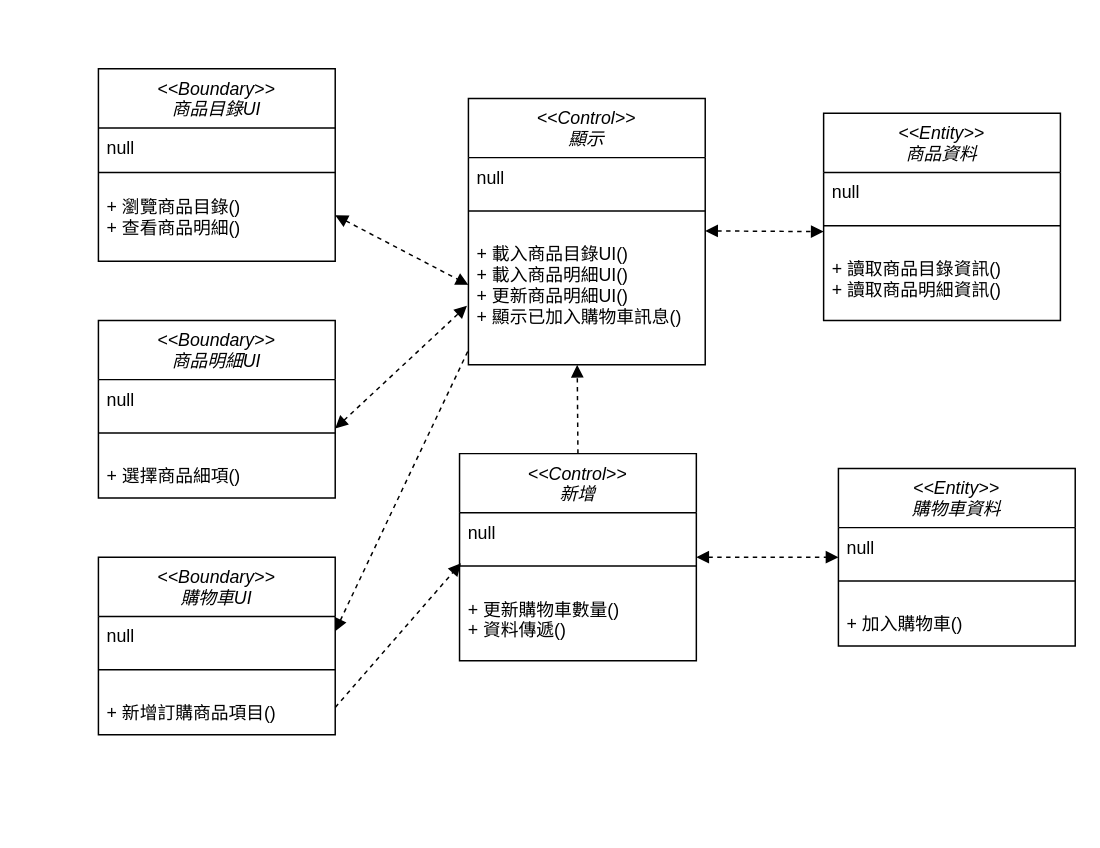
Above: 商品訂購類別圖0515.drawio in odcs0320/blog (draw.io), before the change. Source tidied: cells renumbered, new cells numbered last; positions are measured from the earlier drawing's top-left corner, leaving out a move shared by most shapes. Both pictures are drawn from the tidied source at 148%, with x=0, y=0 at pixel (98, 68).
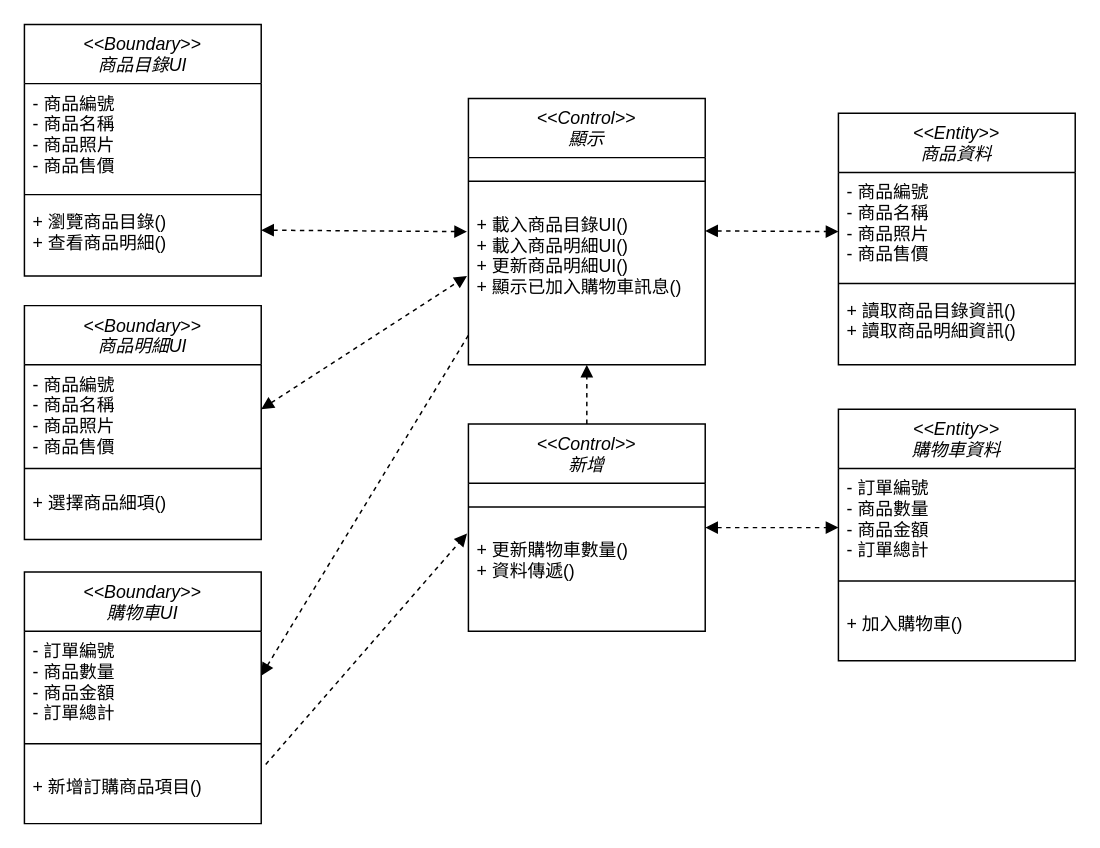
Above is the later version.

Commit message:
更新商品訂購類別圖0515.drawio

Unchanged cells that the change refers to:
```xml
<mxCell id="14" value="&lt;&lt;Control&gt;&gt;&#10;顯示" style="swimlane;fontStyle=2;align=center;verticalAlign=top;horizontal=1;startSize=40;rounded=0;shadow=0;strokeWidth=1;" parent="1" vertex="1">
  <mxGeometry x="250" y="20" width="160" height="180" as="geometry" />
</mxCell>
```

What changed in the source:
```diff
@@
     <mxCell id="2" value="&lt;&lt;Boundary&gt;&gt;&#10;商品目錄UI" style="swimlane;fontStyle=2;align=center;verticalAlign=top;horizontal=1;startSize=40;rounded=0;shadow=0;strokeWidth=1;" parent="1" vertex="1">
-      <mxGeometry width="160" height="130" as="geometry" />
+      <mxGeometry x="-50" y="-30" width="160" height="170" as="geometry" />
     </mxCell>
-    <mxCell id="3" value="null" style="text;align=left;verticalAlign=top;spacingLeft=4;spacingRight=4;overflow=hidden;rounded=0;shadow=0;html=0;" parent="2" vertex="1">
-      <mxGeometry y="40" width="160" height="20" as="geometry" />
+    <mxCell id="3" value="- 商品編號&#10;- 商品名稱&#10;- 商品照片&#10;- 商品售價" style="text;align=left;verticalAlign=top;spacingLeft=4;spacingRight=4;overflow=hidden;rounded=0;shadow=0;html=0;" parent="2" vertex="1">
+      <mxGeometry y="40" width="160" height="70" as="geometry" />
     </mxCell>
     <mxCell id="4" style="line;html=1;strokeWidth=1;align=left;verticalAlign=middle;spacingTop=-1;spacingLeft=3;spacingRight=3;labelPosition=right;" parent="2" vertex="1">
-      <mxGeometry y="60" width="160" height="20" as="geometry" />
+      <mxGeometry y="110" width="160" height="10" as="geometry" />
     </mxCell>
     <mxCell id="5" value="+ 瀏覽商品目錄()&#10;+ 查看商品明細()&#10;" style="text;align=left;verticalAlign=top;spacingLeft=4;spacingRight=4;overflow=hidden;points=[[0,0.5],[1,0.5]];portConstraint=eastwest;rounded=0;shadow=0;html=0;" parent="2" vertex="1">
-      <mxGeometry y="80" width="160" height="38" as="geometry" />
+      <mxGeometry y="120" width="160" height="38" as="geometry" />
     </mxCell>
     <mxCell id="6" value="&lt;&lt;Boundary&gt;&gt;&#10;商品明細UI" style="swimlane;fontStyle=2;align=center;verticalAlign=top;horizontal=1;startSize=40;rounded=0;shadow=0;strokeWidth=1;" parent="1" vertex="1">
-      <mxGeometry y="170" width="160" height="120" as="geometry" />
+      <mxGeometry x="-50" y="160" width="160" height="158" as="geometry" />
     </mxCell>
-    <mxCell id="7" value="null" style="text;align=left;verticalAlign=top;spacingLeft=4;spacingRight=4;overflow=hidden;points=[[0,0.5],[1,0.5]];portConstraint=eastwest;rounded=0;shadow=0;html=0;" parent="6" vertex="1">
-      <mxGeometry y="40" width="160" height="20" as="geometry" />
+    <mxCell id="7" value="- 商品編號&#10;- 商品名稱&#10;- 商品照片&#10;- 商品售價" style="text;align=left;verticalAlign=top;spacingLeft=4;spacingRight=4;overflow=hidden;points=[[0,0.5],[1,0.5]];portConstraint=eastwest;rounded=0;shadow=0;html=0;" parent="6" vertex="1">
+      <mxGeometry y="40" width="160" height="60" as="geometry" />
     </mxCell>
     <mxCell id="8" style="line;html=1;strokeWidth=1;align=left;verticalAlign=middle;spacingTop=-1;spacingLeft=3;spacingRight=3;labelPosition=right;" parent="6" vertex="1">
-      <mxGeometry y="60" width="160" height="32" as="geometry" />
+      <mxGeometry y="100" width="160" height="20" as="geometry" />
     </mxCell>
     <mxCell id="9" value="+ 選擇商品細項()" style="text;align=left;verticalAlign=top;spacingLeft=4;spacingRight=4;overflow=hidden;rounded=0;shadow=0;html=0;" parent="6" vertex="1">
-      <mxGeometry y="92" width="160" height="28" as="geometry" />
+      <mxGeometry y="120" width="160" height="38" as="geometry" />
     </mxCell>
     <mxCell id="10" value="&lt;&lt;Boundary&gt;&gt;&#10;購物車UI" style="swimlane;fontStyle=2;align=center;verticalAlign=top;horizontal=1;startSize=40;rounded=0;shadow=0;strokeWidth=1;" parent="1" vertex="1">
-      <mxGeometry y="330" width="160" height="120" as="geometry" />
+      <mxGeometry x="-50" y="340" width="160" height="170" as="geometry" />
     </mxCell>
-    <mxCell id="11" value="null" style="text;align=left;verticalAlign=top;spacingLeft=4;spacingRight=4;overflow=hidden;points=[[0,0.5],[1,0.5]];portConstraint=eastwest;rounded=0;shadow=0;html=0;" parent="10" vertex="1">
-      <mxGeometry y="40" width="160" height="20" as="geometry" />
+    <mxCell id="11" value="- 訂單編號&#10;- 商品數量&#10;- 商品金額&#10;- 訂單總計" style="text;align=left;verticalAlign=top;spacingLeft=4;spacingRight=4;overflow=hidden;points=[[0,0.5],[1,0.5]];portConstraint=eastwest;rounded=0;shadow=0;html=0;" parent="10" vertex="1">
+      <mxGeometry y="40" width="160" height="60" as="geometry" />
     </mxCell>
     <mxCell id="12" style="line;html=1;strokeWidth=1;align=left;verticalAlign=middle;spacingTop=-1;spacingLeft=3;spacingRight=3;labelPosition=right;" parent="10" vertex="1">
-      <mxGeometry y="60" width="160" height="32" as="geometry" />
+      <mxGeometry y="100" width="160" height="32" as="geometry" />
     </mxCell>
     <mxCell id="13" value="+ 新增訂購商品項目()" style="text;align=left;verticalAlign=top;spacingLeft=4;spacingRight=4;overflow=hidden;points=[[0,0.5],[1,0.5]];portConstraint=eastwest;rounded=0;shadow=0;html=0;" parent="10" vertex="1">
-      <mxGeometry y="92" width="160" height="28" as="geometry" />
+      <mxGeometry y="132" width="160" height="28" as="geometry" />
     </mxCell>
@@
-    <mxCell id="15" value="null" style="text;align=left;verticalAlign=top;spacingLeft=4;spacingRight=4;overflow=hidden;rounded=0;shadow=0;html=0;" parent="14" vertex="1">
-      <mxGeometry y="40" width="160" height="20" as="geometry" />
-    </mxCell>
     <mxCell id="16" style="line;html=1;strokeWidth=1;align=left;verticalAlign=middle;spacingTop=-1;spacingLeft=3;spacingRight=3;labelPosition=right;" parent="14" vertex="1">
-      <mxGeometry y="60" width="160" height="32" as="geometry" />
+      <mxGeometry y="40" width="160" height="32" as="geometry" />
     </mxCell>
     <mxCell id="17" value="+ 載入商品目錄UI()&#10;+ 載入商品明細UI()&#10;+ 更新商品明細UI()&#10;+ 顯示已加入購物車訊息()" style="text;align=left;verticalAlign=top;spacingLeft=4;spacingRight=4;overflow=hidden;points=[[0,0.5],[1,0.5]];portConstraint=eastwest;rounded=0;shadow=0;html=0;" parent="14" vertex="1">
-      <mxGeometry y="92" width="160" height="68" as="geometry" />
+      <mxGeometry y="72" width="160" height="68" as="geometry" />
     </mxCell>
     <mxCell id="18" value="&lt;&lt;Control&gt;&gt;&#10;新增" style="swimlane;fontStyle=2;align=center;verticalAlign=top;horizontal=1;startSize=40;rounded=0;shadow=0;strokeWidth=1;" parent="1" vertex="1">
-      <mxGeometry x="244" y="260" width="160" height="140" as="geometry" />
+      <mxGeometry x="250" y="240" width="160" height="140" as="geometry" />
     </mxCell>
-    <mxCell id="19" value="null" style="text;align=left;verticalAlign=top;spacingLeft=4;spacingRight=4;overflow=hidden;rounded=0;shadow=0;html=0;" parent="18" vertex="1">
-      <mxGeometry y="40" width="160" height="20" as="geometry" />
-    </mxCell>
     <mxCell id="20" style="line;html=1;strokeWidth=1;align=left;verticalAlign=middle;spacingTop=-1;spacingLeft=3;spacingRight=3;labelPosition=right;points=[];portConstraint=eastwest;" parent="18" vertex="1">
-      <mxGeometry y="60" width="160" height="32" as="geometry" />
+      <mxGeometry y="40" width="160" height="32" as="geometry" />
     </mxCell>
     <mxCell id="21" value="+ 更新購物車數量()&#10;+ 資料傳遞()" style="text;align=left;verticalAlign=top;spacingLeft=4;spacingRight=4;overflow=hidden;points=[[0,0.5],[1,0.5]];portConstraint=eastwest;rounded=0;shadow=0;html=0;" parent="18" vertex="1">
-      <mxGeometry y="92" width="160" height="48" as="geometry" />
+      <mxGeometry y="72" width="160" height="48" as="geometry" />
     </mxCell>
     <mxCell id="22" value="&lt;&lt;Entity&gt;&gt;&#10;商品資料" style="swimlane;fontStyle=2;align=center;verticalAlign=top;horizontal=1;startSize=40;rounded=0;shadow=0;strokeWidth=1;" parent="1" vertex="1">
-      <mxGeometry x="490" y="30" width="160" height="140" as="geometry" />
+      <mxGeometry x="500" y="30" width="160" height="170" as="geometry" />
     </mxCell>
-    <mxCell id="23" value="null" style="text;align=left;verticalAlign=top;spacingLeft=4;spacingRight=4;overflow=hidden;rounded=0;shadow=0;html=0;" parent="22" vertex="1">
-      <mxGeometry y="40" width="160" height="20" as="geometry" />
+    <mxCell id="23" value="- 商品編號&#10;- 商品名稱&#10;- 商品照片&#10;- 商品售價" style="text;align=left;verticalAlign=top;spacingLeft=4;spacingRight=4;overflow=hidden;rounded=0;shadow=0;html=0;" parent="22" vertex="1">
+      <mxGeometry y="40" width="160" height="70" as="geometry" />
     </mxCell>
     <mxCell id="24" style="line;html=1;strokeWidth=1;align=left;verticalAlign=middle;spacingTop=-1;spacingLeft=3;spacingRight=3;labelPosition=right;" parent="22" vertex="1">
-      <mxGeometry y="60" width="160" height="32" as="geometry" />
+      <mxGeometry y="110" width="160" height="10" as="geometry" />
     </mxCell>
     <mxCell id="25" value="+ 讀取商品目錄資訊()&#10;+ 讀取商品明細資訊()" style="text;align=left;verticalAlign=top;spacingLeft=4;spacingRight=4;overflow=hidden;rounded=0;shadow=0;html=0;" parent="22" vertex="1">
-      <mxGeometry y="92" width="160" height="38" as="geometry" />
+      <mxGeometry y="120" width="160" height="38" as="geometry" />
     </mxCell>
     <mxCell id="26" value="&lt;&lt;Entity&gt;&gt;&#10;購物車資料" style="swimlane;fontStyle=2;align=center;verticalAlign=top;horizontal=1;startSize=40;rounded=0;shadow=0;strokeWidth=1;" parent="1" vertex="1">
-      <mxGeometry x="500" y="270" width="160" height="120" as="geometry" />
+      <mxGeometry x="500" y="230" width="160" height="170" as="geometry" />
     </mxCell>
-    <mxCell id="27" value="null" style="text;align=left;verticalAlign=top;spacingLeft=4;spacingRight=4;overflow=hidden;rounded=0;shadow=0;html=0;" parent="26" vertex="1">
-      <mxGeometry y="40" width="160" height="20" as="geometry" />
+    <mxCell id="27" value="- 訂單編號&#10;- 商品數量&#10;- 商品金額&#10;- 訂單總計" style="text;align=left;verticalAlign=top;spacingLeft=4;spacingRight=4;overflow=hidden;rounded=0;shadow=0;html=0;" parent="26" vertex="1">
+      <mxGeometry y="40" width="160" height="60" as="geometry" />
     </mxCell>
     <mxCell id="28" style="line;html=1;strokeWidth=1;align=left;verticalAlign=middle;spacingTop=-1;spacingLeft=3;spacingRight=3;labelPosition=right;" parent="26" vertex="1">
-      <mxGeometry y="60" width="160" height="32" as="geometry" />
+      <mxGeometry y="100" width="160" height="32" as="geometry" />
     </mxCell>
     <mxCell id="29" value="+ 加入購物車()" style="text;align=left;verticalAlign=top;spacingLeft=4;spacingRight=4;overflow=hidden;rounded=0;shadow=0;html=0;" parent="26" vertex="1">
-      <mxGeometry y="92" width="160" height="28" as="geometry" />
+      <mxGeometry y="132" width="160" height="28" as="geometry" />
     </mxCell>
-    <mxCell id="30" style="endArrow=block;startArrow=block;endFill=1;startFill=1;html=1;rounded=0;exitX=1;exitY=0.5;exitDx=0;exitDy=0;entryX=0;entryY=0.5;entryDx=0;entryDy=0;dashed=1;" parent="1" edge="1" source="5" target="17">
+    <mxCell id="30" style="endArrow=block;startArrow=block;endFill=1;startFill=1;html=1;rounded=0;exitX=1;exitY=0.5;exitDx=0;exitDy=0;entryX=-0.006;entryY=0.265;entryDx=0;entryDy=0;dashed=1;entryPerimeter=0;" parent="1" edge="1" source="5" target="17">
       <mxGeometry relative="1" as="geometry" />
     </mxCell>
-    <mxCell id="31" style="endArrow=block;startArrow=block;endFill=1;startFill=1;html=1;rounded=0;exitX=1;exitY=0.5;exitDx=0;exitDy=0;entryX=-0.006;entryY=0.706;entryDx=0;entryDy=0;dashed=1;entryPerimeter=0;" parent="1" edge="1" target="17">
-      <mxGeometry relative="1" as="geometry">
-        <mxPoint x="160" y="243" as="sourcePoint" />
-      </mxGeometry>
+    <mxCell id="31" style="endArrow=block;startArrow=block;endFill=1;startFill=1;html=1;rounded=0;exitX=1;exitY=0.5;exitDx=0;exitDy=0;entryX=-0.006;entryY=0.706;entryDx=0;entryDy=0;dashed=1;entryPerimeter=0;" parent="1" edge="1" source="7" target="17">
+      <mxGeometry relative="1" as="geometry" />
     </mxCell>
     <mxCell id="32" style="endArrow=none;startArrow=block;endFill=0;startFill=1;html=1;rounded=0;exitX=1;exitY=0.5;exitDx=0;exitDy=0;dashed=1;" parent="1" edge="1" source="11">
       <mxGeometry relative="1" as="geometry">
-        <mxPoint x="250" y="190" as="targetPoint" />
+        <mxPoint x="250" y="180" as="targetPoint" />
       </mxGeometry>
     </mxCell>
-    <mxCell id="33" style="endArrow=block;startArrow=none;endFill=1;startFill=0;html=1;rounded=0;dashed=1;exitX=0.5;exitY=0;exitDx=0;exitDy=0;" parent="1" edge="1" source="18">
-      <mxGeometry relative="1" as="geometry">
-        <mxPoint x="323.5" y="200" as="targetPoint" />
-      </mxGeometry>
+    <mxCell id="33" style="endArrow=block;startArrow=none;endFill=1;startFill=0;html=1;rounded=0;dashed=1;exitX=0.5;exitY=0;exitDx=0;exitDy=0;entryX=0.5;entryY=1;entryDx=0;entryDy=0;" parent="1" edge="1" source="18" target="14">
+      <mxGeometry relative="1" as="geometry" />
     </mxCell>
-    <mxCell id="34" style="endArrow=block;startArrow=block;endFill=1;startFill=1;html=1;rounded=0;exitX=1;exitY=0.5;exitDx=0;exitDy=0;dashed=1;" parent="1" edge="1">
+    <mxCell id="34" style="endArrow=block;startArrow=block;endFill=1;startFill=1;html=1;rounded=0;dashed=1;" parent="1" edge="1">
       <mxGeometry relative="1" as="geometry">
-        <mxPoint x="404" y="330" as="sourcePoint" />
-        <mxPoint x="500" y="330" as="targetPoint" />
+        <mxPoint x="410" y="310" as="sourcePoint" />
+        <mxPoint x="500" y="310" as="targetPoint" />
       </mxGeometry>
     </mxCell>
     <mxCell id="35" style="endArrow=block;startArrow=block;endFill=1;startFill=1;html=1;rounded=0;exitX=1;exitY=0.5;exitDx=0;exitDy=0;dashed=1;" parent="1" edge="1">
       <mxGeometry relative="1" as="geometry">
         <mxPoint x="410" y="109.5" as="sourcePoint" />
-        <mxPoint x="490" y="110" as="targetPoint" />
+        <mxPoint x="500" y="110" as="targetPoint" />
       </mxGeometry>
     </mxCell>
-    <mxCell id="36" style="endArrow=block;startArrow=none;endFill=1;startFill=0;html=1;rounded=0;exitX=1;exitY=0.5;exitDx=0;exitDy=0;dashed=1;entryX=0.006;entryY=0.438;entryDx=0;entryDy=0;entryPerimeter=0;" parent="1" edge="1" target="20">
-      <mxGeometry relative="1" as="geometry">
-        <mxPoint x="160" y="431.5" as="sourcePoint" />
-      </mxGeometry>
+    <mxCell id="36" style="endArrow=block;startArrow=none;endFill=1;startFill=0;html=1;rounded=0;dashed=1;entryX=-0.006;entryY=0.042;entryDx=0;entryDy=0;entryPerimeter=0;exitX=1.019;exitY=-0.071;exitDx=0;exitDy=0;exitPerimeter=0;" parent="1" edge="1" source="13" target="21">
+      <mxGeometry relative="1" as="geometry" />
     </mxCell>
```
